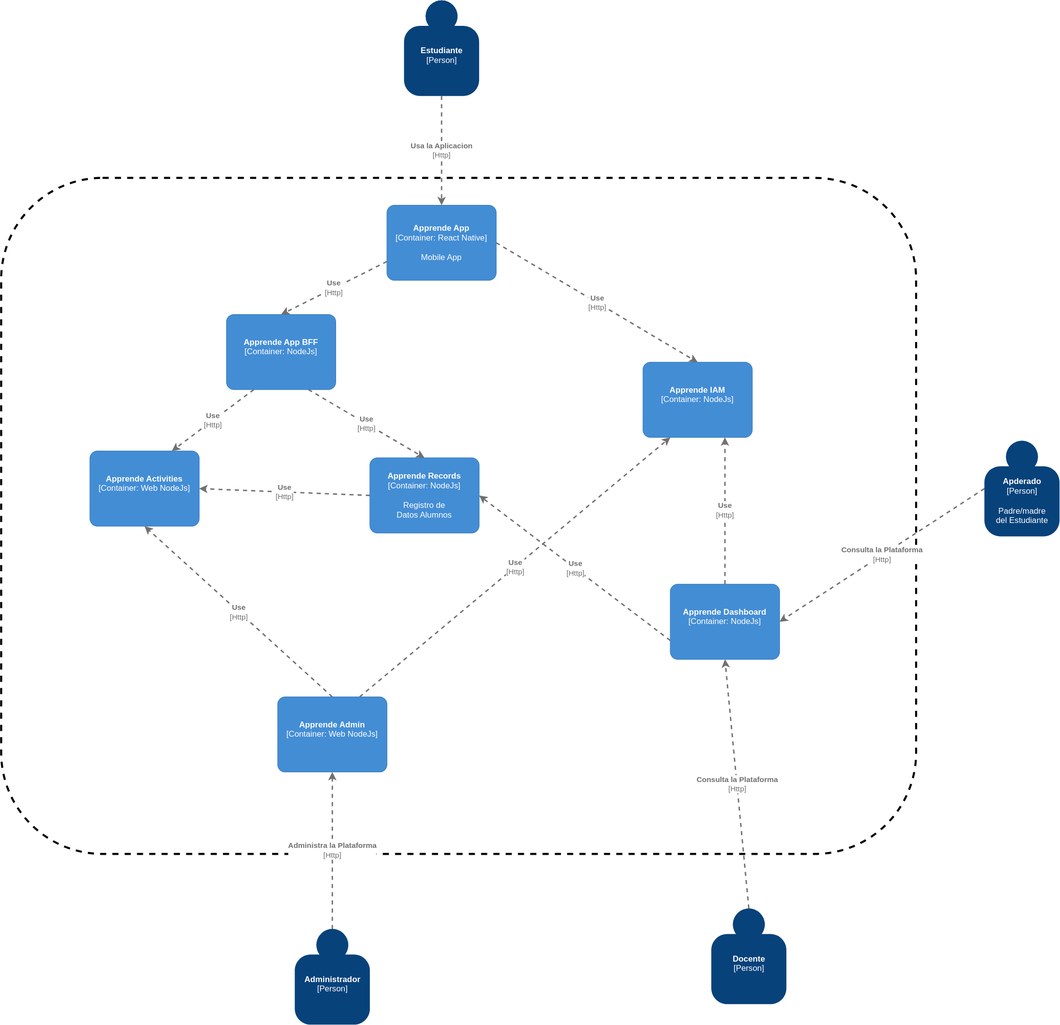
StivenTC/Apprende keeps this draw.io diagram as architecture/architecture-first-level.drawio.svg. Above is the earlier version. Source tidied: cells renumbered, new cells last; positions are measured from the earlier drawing's top-left corner, leaving out a move shared by most shapes.
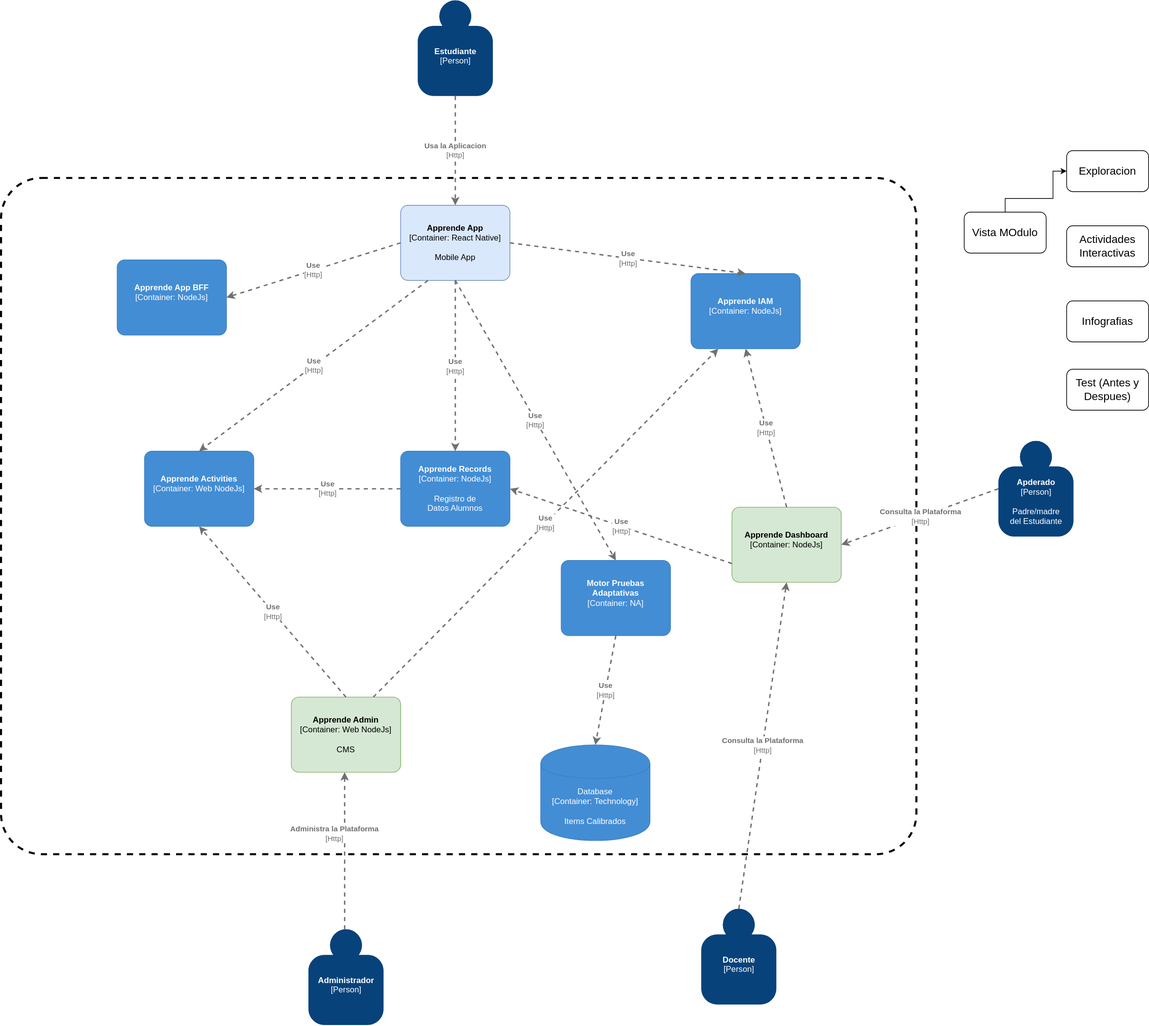
After the commit.

Commit message:
fix: architecture diagram, adding more modules for CAT

The edit, as a diff of the source:
```diff
@@ -2,8 +2,8 @@
   <root>
     <mxCell id="0" />
     <mxCell id="1" parent="0" />
-    <mxCell id="2" style="rounded=1;whiteSpace=wrap;html=1;fillColor=none;dashed=1;strokeWidth=3;" parent="1" vertex="1">
-      <mxGeometry y="260" width="1340" height="990" as="geometry" />
+    <mxCell id="2" style="rounded=1;whiteSpace=wrap;html=1;fillColor=none;dashed=1;strokeWidth=3;arcSize=6;" parent="1" vertex="1">
+      <mxGeometry x="-20" y="260" width="1340" height="990" as="geometry" />
     </mxCell>
     <object id="3" label="&lt;b&gt;%c4Name%&lt;/b&gt;&lt;div&gt;[%c4Type%]&lt;/div&gt;&lt;br&gt;&lt;div&gt;%c4Description%&lt;/div&gt;" c4Description="" c4Name="Estudiante" c4Type="Person" placeholders="1">
       <mxCell style="html=1;dashed=0;whitespace=wrap;fillColor=#08427b;strokeColor=none;fontColor=#ffffff;shape=mxgraph.c4.person;align=center;points=[[0.5,0,0],[1,0.5,0],[1,0.75,0],[0.75,1,0],[0.5,1,0],[0.25,1,0],[0,0.75,0],[0,0.5,0]];metaData={&quot;c4Type&quot;:{&quot;editable&quot;:false}};" parent="1" vertex="1">
@@ -34,7 +34,7 @@
     </object>
     <object id="8" label="&lt;b&gt;%c4Name%&lt;/b&gt;&lt;div&gt;[%c4Type%]&lt;/div&gt;&lt;br&gt;&lt;div&gt;%c4Description%&lt;/div&gt;" c4Description="" c4Name="Docente" c4Type="Person" placeholders="1">
       <mxCell style="html=1;dashed=0;whitespace=wrap;fillColor=#08427b;strokeColor=none;fontColor=#ffffff;shape=mxgraph.c4.person;align=center;points=[[0.5,0,0],[1,0.5,0],[1,0.75,0],[0.75,1,0],[0.5,1,0],[0.25,1,0],[0,0.75,0],[0,0.5,0]];metaData={&quot;c4Type&quot;:{&quot;editable&quot;:false}};" parent="1" vertex="1">
-        <mxGeometry x="1040" y="1330" width="110" height="140" as="geometry" />
+        <mxGeometry x="1005" y="1330" width="110" height="140" as="geometry" />
       </mxCell>
     </object>
     <object id="9" label="&lt;b&gt;%c4Name%&lt;/b&gt;&lt;div&gt;[%c4Type%]&lt;/div&gt;&lt;br&gt;&lt;div&gt;%c4Description%&lt;/div&gt;" c4Description="" c4Name="Administrador" c4Type="Person" placeholders="1">
@@ -43,33 +43,33 @@
       </mxCell>
     </object>
     <object id="10" label="&lt;b&gt;%c4Name%&lt;/b&gt;&lt;div&gt;[%c4Type%: %c4Technology%]&lt;/div&gt;&lt;br&gt;&lt;div&gt;%c4Description%&lt;/div&gt;" c4Description="Mobile App" c4Name="Apprende App" c4Technology="React Native" c4Type="Container" placeholders="1">
-      <mxCell style="rounded=1;whiteSpace=wrap;html=1;labelBackgroundColor=none;fillColor=#438DD5;fontColor=#ffffff;align=center;arcSize=10;strokeColor=#3C7FC0;metaData={&quot;c4Type&quot;:{&quot;editable&quot;:false}};points=[[0.25,0,0],[0.5,0,0],[0.75,0,0],[1,0.25,0],[1,0.5,0],[1,0.75,0],[0.75,1,0],[0.5,1,0],[0.25,1,0],[0,0.75,0],[0,0.5,0],[0,0.25,0]];" parent="1" vertex="1">
+      <mxCell style="rounded=1;whiteSpace=wrap;html=1;labelBackgroundColor=none;fillColor=#dae8fc;align=center;arcSize=10;strokeColor=#6c8ebf;metaData={&quot;c4Type&quot;:{&quot;editable&quot;:false}};points=[[0.25,0,0],[0.5,0,0],[0.75,0,0],[1,0.25,0],[1,0.5,0],[1,0.75,0],[0.75,1,0],[0.5,1,0],[0.25,1,0],[0,0.75,0],[0,0.5,0],[0,0.25,0]];" parent="1" vertex="1">
         <mxGeometry x="565" y="300" width="160" height="110" as="geometry" />
       </mxCell>
     </object>
-    <object id="11" label="&lt;b&gt;%c4Name%&lt;/b&gt;&lt;div&gt;[%c4Type%: %c4Technology%]&lt;/div&gt;&lt;br&gt;&lt;div&gt;%c4Description%&lt;/div&gt;" c4Description="" c4Name="Apprende Admin" c4Technology="Web NodeJs" c4Type="Container" placeholders="1">
-      <mxCell style="rounded=1;whiteSpace=wrap;html=1;labelBackgroundColor=none;fillColor=#438DD5;fontColor=#ffffff;align=center;arcSize=10;strokeColor=#3C7FC0;metaData={&quot;c4Type&quot;:{&quot;editable&quot;:false}};points=[[0.25,0,0],[0.5,0,0],[0.75,0,0],[1,0.25,0],[1,0.5,0],[1,0.75,0],[0.75,1,0],[0.5,1,0],[0.25,1,0],[0,0.75,0],[0,0.5,0],[0,0.25,0]];" parent="1" vertex="1">
+    <object id="11" label="&lt;b&gt;%c4Name%&lt;/b&gt;&lt;div&gt;[%c4Type%: %c4Technology%]&lt;/div&gt;&lt;br&gt;&lt;div&gt;%c4Description%&lt;/div&gt;" c4Description="CMS" c4Name="Apprende Admin" c4Technology="Web NodeJs" c4Type="Container" placeholders="1">
+      <mxCell style="rounded=1;whiteSpace=wrap;html=1;labelBackgroundColor=none;fillColor=#d5e8d4;align=center;arcSize=10;strokeColor=#82b366;metaData={&quot;c4Type&quot;:{&quot;editable&quot;:false}};points=[[0.25,0,0],[0.5,0,0],[0.75,0,0],[1,0.25,0],[1,0.5,0],[1,0.75,0],[0.75,1,0],[0.5,1,0],[0.25,1,0],[0,0.75,0],[0,0.5,0],[0,0.25,0]];" parent="1" vertex="1">
         <mxGeometry x="405" y="1020" width="160" height="110" as="geometry" />
       </mxCell>
     </object>
     <object id="12" label="&lt;b&gt;%c4Name%&lt;/b&gt;&lt;div&gt;[%c4Type%: %c4Technology%]&lt;/div&gt;&lt;br&gt;&lt;div&gt;%c4Description%&lt;/div&gt;" c4Description="" c4Name="Apprende App BFF" c4Technology="NodeJs" c4Type="Container" placeholders="1">
       <mxCell style="rounded=1;whiteSpace=wrap;html=1;labelBackgroundColor=none;fillColor=#438DD5;fontColor=#ffffff;align=center;arcSize=10;strokeColor=#3C7FC0;metaData={&quot;c4Type&quot;:{&quot;editable&quot;:false}};points=[[0.25,0,0],[0.5,0,0],[0.75,0,0],[1,0.25,0],[1,0.5,0],[1,0.75,0],[0.75,1,0],[0.5,1,0],[0.25,1,0],[0,0.75,0],[0,0.5,0],[0,0.25,0]];" parent="1" vertex="1">
-        <mxGeometry x="330" y="460" width="160" height="110" as="geometry" />
+        <mxGeometry x="150" y="380" width="160" height="110" as="geometry" />
       </mxCell>
     </object>
     <object id="13" label="&lt;div style=&quot;text-align: left&quot;&gt;&lt;div style=&quot;text-align: center&quot;&gt;&lt;b&gt;%c4Description%&lt;/b&gt;&lt;/div&gt;&lt;div style=&quot;text-align: center&quot;&gt;[%c4Technology%]&lt;/div&gt;&lt;/div&gt;" c4Description="Use" c4Technology="Http" c4Type="Relationship" placeholders="1">
-      <mxCell style="edgeStyle=none;rounded=0;html=1;jettySize=auto;strokeColor=#707070;strokeWidth=2;fontColor=#707070;jumpStyle=none;dashed=1;metaData={&quot;c4Type&quot;:{&quot;editable&quot;:false}};exitX=0;exitY=0.75;exitDx=0;exitDy=0;exitPerimeter=0;entryX=0.5;entryY=0;entryDx=0;entryDy=0;entryPerimeter=0;" parent="1" edge="1" source="10" target="12">
+      <mxCell style="edgeStyle=none;rounded=0;html=1;jettySize=auto;strokeColor=#707070;strokeWidth=2;fontColor=#707070;jumpStyle=none;dashed=1;metaData={&quot;c4Type&quot;:{&quot;editable&quot;:false}};exitX=0;exitY=0.5;exitDx=0;exitDy=0;exitPerimeter=0;entryX=1;entryY=0.5;entryDx=0;entryDy=0;entryPerimeter=0;" parent="1" edge="1" source="10" target="12">
         <mxGeometry relative="1" as="geometry" />
       </mxCell>
     </object>
     <object id="14" label="&lt;b&gt;%c4Name%&lt;/b&gt;&lt;div&gt;[%c4Type%: %c4Technology%]&lt;/div&gt;&lt;br&gt;&lt;div&gt;%c4Description%&lt;/div&gt;" c4Description="" c4Name="Apprende Dashboard" c4Technology="NodeJs" c4Type="Container" placeholders="1">
-      <mxCell style="rounded=1;whiteSpace=wrap;html=1;labelBackgroundColor=none;fillColor=#438DD5;fontColor=#ffffff;align=center;arcSize=10;strokeColor=#3C7FC0;metaData={&quot;c4Type&quot;:{&quot;editable&quot;:false}};points=[[0.25,0,0],[0.5,0,0],[0.75,0,0],[1,0.25,0],[1,0.5,0],[1,0.75,0],[0.75,1,0],[0.5,1,0],[0.25,1,0],[0,0.75,0],[0,0.5,0],[0,0.25,0]];" parent="1" vertex="1">
-        <mxGeometry x="980" y="855" width="160" height="110" as="geometry" />
+      <mxCell style="rounded=1;whiteSpace=wrap;html=1;labelBackgroundColor=none;fillColor=#d5e8d4;align=center;arcSize=10;strokeColor=#82b366;metaData={&quot;c4Type&quot;:{&quot;editable&quot;:false}};points=[[0.25,0,0],[0.5,0,0],[0.75,0,0],[1,0.25,0],[1,0.5,0],[1,0.75,0],[0.75,1,0],[0.5,1,0],[0.25,1,0],[0,0.75,0],[0,0.5,0],[0,0.25,0]];" parent="1" vertex="1">
+        <mxGeometry x="1050" y="742" width="160" height="110" as="geometry" />
       </mxCell>
     </object>
     <object id="15" label="&lt;b&gt;%c4Name%&lt;/b&gt;&lt;div&gt;[%c4Type%: %c4Technology%]&lt;/div&gt;&lt;br&gt;&lt;div&gt;%c4Description%&lt;/div&gt;" c4Description="Registro de &#10;Datos Alumnos" c4Name="Apprende Records" c4Technology="NodeJs" c4Type="Container" placeholders="1">
       <mxCell style="rounded=1;whiteSpace=wrap;html=1;labelBackgroundColor=none;fillColor=#438DD5;fontColor=#ffffff;align=center;arcSize=10;strokeColor=#3C7FC0;metaData={&quot;c4Type&quot;:{&quot;editable&quot;:false}};points=[[0.25,0,0],[0.5,0,0],[0.75,0,0],[1,0.25,0],[1,0.5,0],[1,0.75,0],[0.75,1,0],[0.5,1,0],[0.25,1,0],[0,0.75,0],[0,0.5,0],[0,0.25,0]];" parent="1" vertex="1">
-        <mxGeometry x="540" y="670" width="160" height="110" as="geometry" />
+        <mxGeometry x="565" y="660" width="160" height="110" as="geometry" />
       </mxCell>
     </object>
     <object id="16" label="&lt;div style=&quot;text-align: left&quot;&gt;&lt;div style=&quot;text-align: center&quot;&gt;&lt;b&gt;%c4Description%&lt;/b&gt;&lt;/div&gt;&lt;div style=&quot;text-align: center&quot;&gt;[%c4Technology%]&lt;/div&gt;&lt;/div&gt;" c4Description="Use" c4Technology="Http" c4Type="Relationship" placeholders="1">
@@ -78,23 +78,26 @@
       </mxCell>
     </object>
     <object id="17" label="&lt;div style=&quot;text-align: left&quot;&gt;&lt;div style=&quot;text-align: center&quot;&gt;&lt;b&gt;%c4Description%&lt;/b&gt;&lt;/div&gt;&lt;div style=&quot;text-align: center&quot;&gt;[%c4Technology%]&lt;/div&gt;&lt;/div&gt;" c4Description="Use" c4Technology="Http" c4Type="Relationship" placeholders="1">
-      <mxCell style="edgeStyle=none;rounded=0;html=1;jettySize=auto;strokeColor=#707070;strokeWidth=2;fontColor=#707070;jumpStyle=none;dashed=1;metaData={&quot;c4Type&quot;:{&quot;editable&quot;:false}};exitX=0.75;exitY=1;exitDx=0;exitDy=0;exitPerimeter=0;entryX=0.5;entryY=0;entryDx=0;entryDy=0;entryPerimeter=0;" parent="1" edge="1" source="12" target="15">
+      <mxCell style="edgeStyle=none;rounded=0;html=1;jettySize=auto;strokeColor=#707070;strokeWidth=2;fontColor=#707070;jumpStyle=none;dashed=1;metaData={&quot;c4Type&quot;:{&quot;editable&quot;:false}};exitX=0.5;exitY=1;exitDx=0;exitDy=0;exitPerimeter=0;entryX=0.5;entryY=0;entryDx=0;entryDy=0;entryPerimeter=0;" parent="1" edge="1" source="10" target="15">
         <mxGeometry relative="1" as="geometry" />
       </mxCell>
     </object>
     <object id="18" label="&lt;div style=&quot;text-align: left&quot;&gt;&lt;div style=&quot;text-align: center&quot;&gt;&lt;b&gt;%c4Description%&lt;/b&gt;&lt;/div&gt;&lt;div style=&quot;text-align: center&quot;&gt;[%c4Technology%]&lt;/div&gt;&lt;/div&gt;" c4Description="Use" c4Technology="Http" c4Type="Relationship" placeholders="1">
-      <mxCell style="edgeStyle=none;rounded=0;html=1;jettySize=auto;strokeColor=#707070;strokeWidth=2;fontColor=#707070;jumpStyle=none;dashed=1;metaData={&quot;c4Type&quot;:{&quot;editable&quot;:false}};exitX=0.25;exitY=1;exitDx=0;exitDy=0;exitPerimeter=0;entryX=0.75;entryY=0;entryDx=0;entryDy=0;entryPerimeter=0;" parent="1" edge="1" source="12" target="20">
+      <mxCell style="edgeStyle=none;rounded=0;html=1;jettySize=auto;strokeColor=#707070;strokeWidth=2;fontColor=#707070;jumpStyle=none;dashed=1;metaData={&quot;c4Type&quot;:{&quot;editable&quot;:false}};exitX=0.25;exitY=1;exitDx=0;exitDy=0;exitPerimeter=0;entryX=0.5;entryY=0;entryDx=0;entryDy=0;entryPerimeter=0;" parent="1" edge="1" source="10" target="20">
         <mxGeometry relative="1" as="geometry" />
       </mxCell>
     </object>
     <object id="19" label="&lt;div style=&quot;text-align: left&quot;&gt;&lt;div style=&quot;text-align: center&quot;&gt;&lt;b&gt;%c4Description%&lt;/b&gt;&lt;/div&gt;&lt;div style=&quot;text-align: center&quot;&gt;[%c4Technology%]&lt;/div&gt;&lt;/div&gt;" c4Description="Administra la Plataforma" c4Technology="Http" c4Type="Relationship" placeholders="1">
-      <mxCell style="edgeStyle=none;rounded=0;html=1;jettySize=auto;strokeColor=#707070;strokeWidth=2;fontColor=#707070;jumpStyle=none;dashed=1;metaData={&quot;c4Type&quot;:{&quot;editable&quot;:false}};exitX=0.5;exitY=0;exitDx=0;exitDy=0;exitPerimeter=0;entryX=0.5;entryY=1;entryDx=0;entryDy=0;entryPerimeter=0;" parent="1" edge="1" source="9" target="11">
-        <mxGeometry relative="1" as="geometry" />
+      <mxCell style="edgeStyle=none;rounded=0;html=1;jettySize=auto;orthogonalLoop=1;strokeColor=#707070;strokeWidth=2;fontColor=#707070;jumpStyle=none;dashed=1;metaData={&quot;c4Type&quot;:{&quot;editable&quot;:false}};exitX=0.5;exitY=0;exitDx=0;exitDy=0;exitPerimeter=0;entryX=0.5;entryY=1;entryDx=0;entryDy=0;entryPerimeter=0;" parent="1" edge="1">
+        <mxGeometry x="0.22" y="15" relative="1" as="geometry">
+          <mxPoint x="483" y="1360" as="sourcePoint" />
+          <mxPoint x="483" y="1130" as="targetPoint" />
+        </mxGeometry>
       </mxCell>
     </object>
     <object id="20" label="&lt;b&gt;%c4Name%&lt;/b&gt;&lt;div&gt;[%c4Type%: %c4Technology%]&lt;/div&gt;&lt;br&gt;&lt;div&gt;%c4Description%&lt;/div&gt;" c4Description="" c4Name="Apprende Activities" c4Technology="Web NodeJs" c4Type="Container" placeholders="1">
       <mxCell style="rounded=1;whiteSpace=wrap;html=1;labelBackgroundColor=none;fillColor=#438DD5;fontColor=#ffffff;align=center;arcSize=10;strokeColor=#3C7FC0;metaData={&quot;c4Type&quot;:{&quot;editable&quot;:false}};points=[[0.25,0,0],[0.5,0,0],[0.75,0,0],[1,0.25,0],[1,0.5,0],[1,0.75,0],[0.75,1,0],[0.5,1,0],[0.25,1,0],[0,0.75,0],[0,0.5,0],[0,0.25,0]];" parent="1" vertex="1">
-        <mxGeometry x="130" y="660" width="160" height="110" as="geometry" />
+        <mxGeometry x="190" y="660" width="160" height="110" as="geometry" />
       </mxCell>
     </object>
     <object id="21" label="&lt;div style=&quot;text-align: left&quot;&gt;&lt;div style=&quot;text-align: center&quot;&gt;&lt;b&gt;%c4Description%&lt;/b&gt;&lt;/div&gt;&lt;div style=&quot;text-align: center&quot;&gt;[%c4Technology%]&lt;/div&gt;&lt;/div&gt;" c4Description="Use" c4Technology="Http" c4Type="Relationship" placeholders="1">
@@ -109,11 +112,11 @@
     </object>
     <object id="23" label="&lt;b&gt;%c4Name%&lt;/b&gt;&lt;div&gt;[%c4Type%: %c4Technology%]&lt;/div&gt;&lt;br&gt;&lt;div&gt;%c4Description%&lt;/div&gt;" c4Description="" c4Name="Apprende IAM" c4Technology="NodeJs" c4Type="Container" placeholders="1">
       <mxCell style="rounded=1;whiteSpace=wrap;html=1;labelBackgroundColor=none;fillColor=#438DD5;fontColor=#ffffff;align=center;arcSize=10;strokeColor=#3C7FC0;metaData={&quot;c4Type&quot;:{&quot;editable&quot;:false}};points=[[0.25,0,0],[0.5,0,0],[0.75,0,0],[1,0.25,0],[1,0.5,0],[1,0.75,0],[0.75,1,0],[0.5,1,0],[0.25,1,0],[0,0.75,0],[0,0.5,0],[0,0.25,0]];" parent="1" vertex="1">
-        <mxGeometry x="940" y="530" width="160" height="110" as="geometry" />
+        <mxGeometry x="990" y="400" width="160" height="110" as="geometry" />
       </mxCell>
     </object>
     <object id="24" label="&lt;div style=&quot;text-align: left&quot;&gt;&lt;div style=&quot;text-align: center&quot;&gt;&lt;b&gt;%c4Description%&lt;/b&gt;&lt;/div&gt;&lt;div style=&quot;text-align: center&quot;&gt;[%c4Technology%]&lt;/div&gt;&lt;/div&gt;" c4Description="Use" c4Technology="Http" c4Type="Relationship" placeholders="1">
-      <mxCell style="edgeStyle=none;rounded=0;html=1;jettySize=auto;strokeColor=#707070;strokeWidth=2;fontColor=#707070;jumpStyle=none;dashed=1;metaData={&quot;c4Type&quot;:{&quot;editable&quot;:false}};exitX=0.5;exitY=0;exitDx=0;exitDy=0;exitPerimeter=0;entryX=0.75;entryY=1;entryDx=0;entryDy=0;entryPerimeter=0;" parent="1" edge="1" source="14" target="23">
+      <mxCell style="edgeStyle=none;rounded=0;html=1;jettySize=auto;strokeColor=#707070;strokeWidth=2;fontColor=#707070;jumpStyle=none;dashed=1;metaData={&quot;c4Type&quot;:{&quot;editable&quot;:false}};exitX=0.5;exitY=0;exitDx=0;exitDy=0;exitPerimeter=0;entryX=0.5;entryY=1;entryDx=0;entryDy=0;entryPerimeter=0;" parent="1" edge="1" source="14" target="23">
         <mxGeometry relative="1" as="geometry" />
       </mxCell>
     </object>
@@ -127,5 +130,49 @@
         <mxGeometry relative="1" as="geometry" />
       </mxCell>
     </object>
+    <object id="27" label="&lt;b&gt;%c4Name%&lt;/b&gt;&lt;div&gt;[%c4Type%: %c4Technology%]&lt;/div&gt;&lt;br&gt;&lt;div&gt;%c4Description%&lt;/div&gt;" c4Description="" c4Name="Motor Pruebas&#10;Adaptativas" c4Technology="NA" c4Type="Container" placeholders="1">
+      <mxCell style="rounded=1;whiteSpace=wrap;html=1;labelBackgroundColor=none;fillColor=#438DD5;fontColor=#ffffff;align=center;arcSize=10;strokeColor=#3C7FC0;metaData={&quot;c4Type&quot;:{&quot;editable&quot;:false}};points=[[0.25,0,0],[0.5,0,0],[0.75,0,0],[1,0.25,0],[1,0.5,0],[1,0.75,0],[0.75,1,0],[0.5,1,0],[0.25,1,0],[0,0.75,0],[0,0.5,0],[0,0.25,0]];" parent="1" vertex="1">
+        <mxGeometry x="800" y="820" width="160" height="110" as="geometry" />
+      </mxCell>
+    </object>
+    <object id="28" label="%c4Type%&lt;div&gt;[Container:&amp;nbsp;%c4Technology%]&lt;/div&gt;&lt;br&gt;&lt;div&gt;%c4Description%&lt;/div&gt;" c4Description="Items Calibrados" c4Technology="Technology" c4Type="Database" placeholders="1">
+      <mxCell style="shape=cylinder;whiteSpace=wrap;html=1;boundedLbl=1;rounded=0;labelBackgroundColor=none;fillColor=#438DD5;fontSize=12;fontColor=#ffffff;align=center;strokeColor=#3C7FC0;points=[[0.5,0,0],[1,0.25,0],[1,0.5,0],[1,0.75,0],[0.5,1,0],[0,0.75,0],[0,0.5,0],[0,0.25,0]];metaData={&quot;c4Type&quot;:{&quot;editable&quot;:false}};" parent="1" vertex="1">
+        <mxGeometry x="770" y="1090" width="160" height="140" as="geometry" />
+      </mxCell>
+    </object>
+    <object id="29" label="&lt;div style=&quot;text-align: left&quot;&gt;&lt;div style=&quot;text-align: center&quot;&gt;&lt;b&gt;%c4Description%&lt;/b&gt;&lt;/div&gt;&lt;div style=&quot;text-align: center&quot;&gt;[%c4Technology%]&lt;/div&gt;&lt;/div&gt;" c4Description="Use" c4Technology="Http" c4Type="Relationship" placeholders="1">
+      <mxCell style="edgeStyle=none;rounded=0;html=1;jettySize=auto;strokeColor=#707070;strokeWidth=2;fontColor=#707070;jumpStyle=none;dashed=1;metaData={&quot;c4Type&quot;:{&quot;editable&quot;:false}};exitX=0.5;exitY=1;exitDx=0;exitDy=0;exitPerimeter=0;entryX=0.5;entryY=0;entryDx=0;entryDy=0;entryPerimeter=0;" parent="1" edge="1" source="27" target="28">
+        <mxGeometry relative="1" as="geometry" />
+      </mxCell>
+    </object>
+    <object id="30" label="&lt;div style=&quot;text-align: left&quot;&gt;&lt;div style=&quot;text-align: center&quot;&gt;&lt;b&gt;%c4Description%&lt;/b&gt;&lt;/div&gt;&lt;div style=&quot;text-align: center&quot;&gt;[%c4Technology%]&lt;/div&gt;&lt;/div&gt;" c4Description="Use" c4Technology="Http" c4Type="Relationship" placeholders="1">
+      <mxCell style="edgeStyle=none;rounded=0;html=1;jettySize=auto;strokeColor=#707070;strokeWidth=2;fontColor=#707070;jumpStyle=none;dashed=1;metaData={&quot;c4Type&quot;:{&quot;editable&quot;:false}};exitX=0.5;exitY=1;exitDx=0;exitDy=0;exitPerimeter=0;entryX=0.5;entryY=0;entryDx=0;entryDy=0;entryPerimeter=0;" parent="1" edge="1" source="10" target="27">
+        <mxGeometry relative="1" as="geometry" />
+      </mxCell>
+    </object>
+    <mxCell id="31" value="Exploracion" style="rounded=1;whiteSpace=wrap;html=1;fontSize=16;" parent="1" vertex="1">
+      <mxGeometry x="1540" y="220" width="120" height="60" as="geometry" />
+    </mxCell>
+    <mxCell id="32" value="Actividades Interactivas" style="rounded=1;whiteSpace=wrap;html=1;fontSize=16;" parent="1" vertex="1">
+      <mxGeometry x="1540" y="330" width="120" height="60" as="geometry" />
+    </mxCell>
+    <mxCell id="33" value="Infografias" style="rounded=1;whiteSpace=wrap;html=1;fontSize=16;" parent="1" vertex="1">
+      <mxGeometry x="1540" y="440" width="120" height="60" as="geometry" />
+    </mxCell>
+    <mxCell id="34" style="edgeStyle=orthogonalEdgeStyle;rounded=0;jettySize=auto;html=1;entryX=0;entryY=0.5;entryDx=0;entryDy=0;fontSize=16;" parent="1" edge="1" source="35" target="31">
+      <mxGeometry relative="1" as="geometry">
+        <Array as="points">
+          <mxPoint x="1450" y="290" />
+          <mxPoint x="1520" y="290" />
+          <mxPoint x="1520" y="250" />
+        </Array>
+      </mxGeometry>
+    </mxCell>
+    <mxCell id="35" value="Vista MOdulo" style="rounded=1;whiteSpace=wrap;html=1;fontSize=16;" parent="1" vertex="1">
+      <mxGeometry x="1390" y="310" width="120" height="60" as="geometry" />
+    </mxCell>
+    <mxCell id="36" value="Test (Antes y Despues)" style="rounded=1;whiteSpace=wrap;html=1;fontSize=16;" parent="1" vertex="1">
+      <mxGeometry x="1540" y="540" width="120" height="60" as="geometry" />
+    </mxCell>
   </root>
 </mxGraphModel>
```
